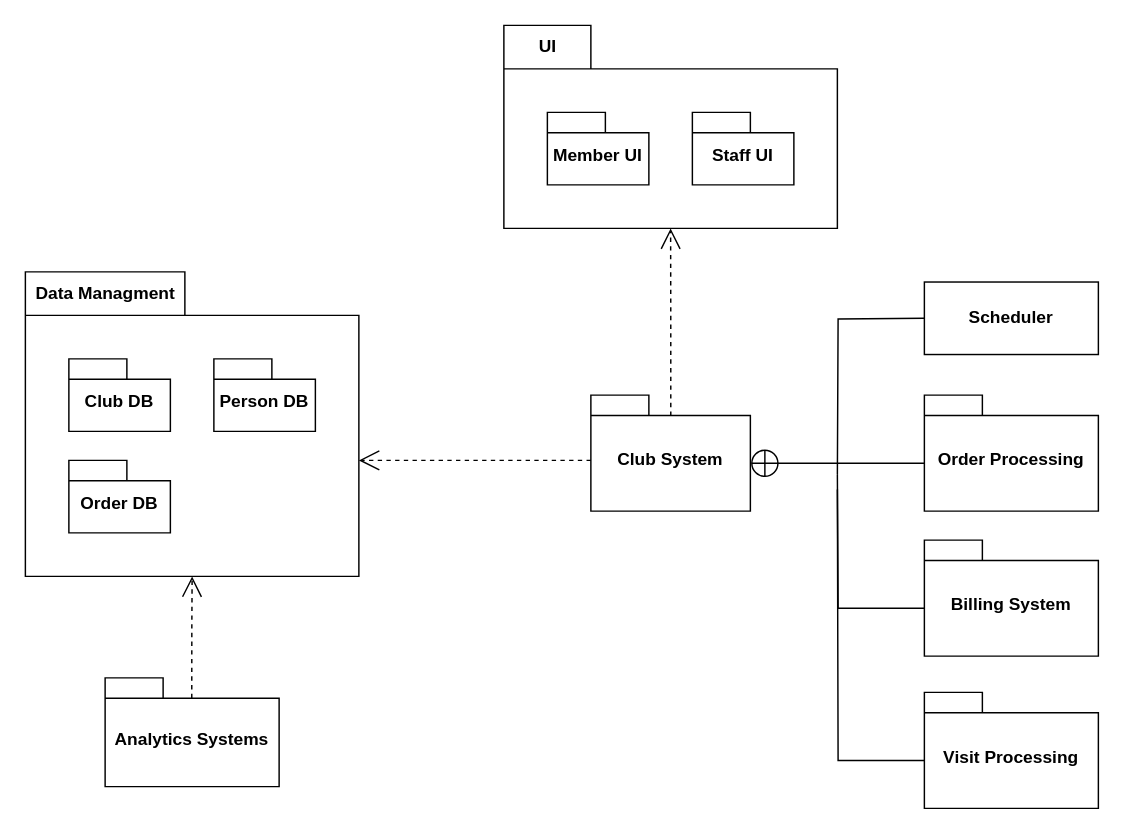
Above: page "Диаграмма пакетов" (1 of 3) of Lab_4/Lab_4.drawio in 4lnULpGkuW/OOAD (draw.io), before the change. Source tidied: cells renumbered, new cells numbered last; positions are measured from the earlier drawing's top-left corner, leaving out a move shared by most shapes. Both pictures are drawn from the tidied source at 145%, with x=0, y=0 at pixel (25, 25).
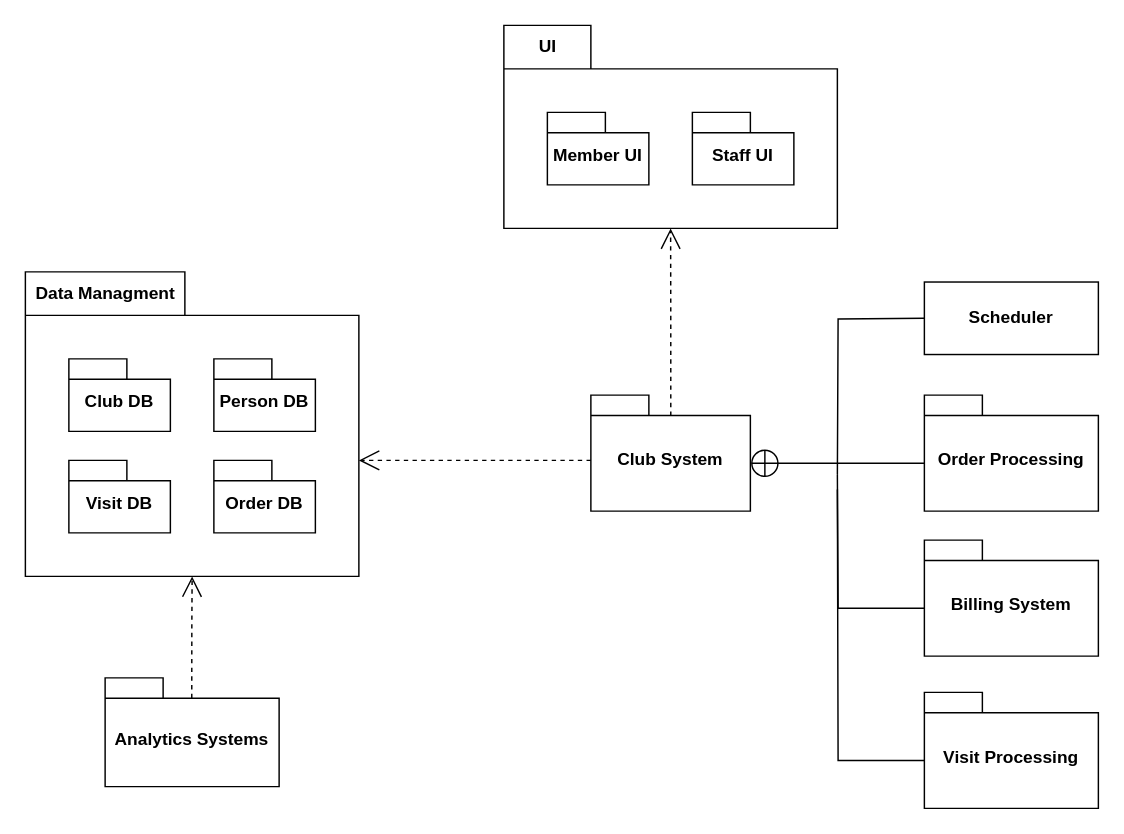
The same diagram, later.

Unchanged cells that the change refers to:
```xml
<mxCell id="8" style="group;" parent="1" vertex="1">
  <mxGeometry y="170" width="230" height="250" as="geometry" />
</mxCell>
```

Change to the diagram source:
```diff
@@
     <mxCell id="13" value="Order DB" style="shape=folder;fontStyle=1;spacingTop=10;tabWidth=40;tabHeight=14;tabPosition=left;html=1;whiteSpace=wrap;" parent="8" vertex="1">
-      <mxGeometry x="30" y="130" width="70" height="50" as="geometry" />
+      <mxGeometry x="130" y="130" width="70" height="50" as="geometry" />
     </mxCell>
+    <mxCell id="26" value="Visit DB" style="shape=folder;fontStyle=1;spacingTop=10;tabWidth=40;tabHeight=14;tabPosition=left;html=1;whiteSpace=wrap;" parent="8" vertex="1">
+      <mxGeometry x="30" y="130" width="70" height="50" as="geometry" />
+    </mxCell>
```
